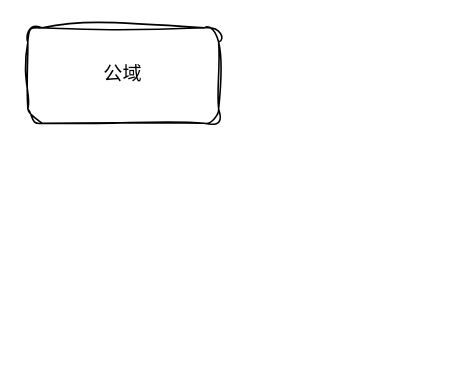
Before: 游戏内容管线.drawio in skindhu/9GAG, a draw.io diagram. Source tidied: cells renumbered, new cells numbered last; positions are measured from the earlier drawing's top-left corner, leaving out a move shared by most shapes. Both pictures are drawn from the tidied source at 159%, with x=0, y=0 at pixel (27, 27).
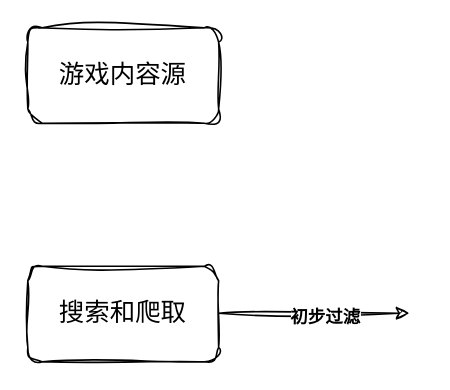
After the change.

Commit message (it also covers changes not shown here):
更新游戏内容管线.drawio

Diff of the diagram source:
```diff
@@
 <mxGraphModel>
   <root>
     <mxCell id="0" />
     <mxCell id="1" parent="0" />
-    <mxCell id="2" value="公域" style="rounded=1;whiteSpace=wrap;html=1;sketch=1;hachureGap=4;jiggle=2;curveFitting=1;fontFamily=Architects Daughter;" parent="1" vertex="1">
+    <mxCell id="2" value="&lt;font style=&quot;font-size: 16px;&quot;&gt;游戏内容源&lt;/font&gt;" style="rounded=1;whiteSpace=wrap;html=1;sketch=1;hachureGap=4;jiggle=2;curveFitting=1;fontFamily=Architects Daughter;" parent="1" vertex="1">
       <mxGeometry width="120" height="60" as="geometry" />
     </mxCell>
+    <mxCell id="3" value="&lt;font style=&quot;font-size: 16px;&quot;&gt;搜索和爬取&lt;/font&gt;" style="rounded=1;whiteSpace=wrap;html=1;sketch=1;hachureGap=4;jiggle=2;curveFitting=1;fontFamily=Architects Daughter;" parent="1" vertex="1">
+      <mxGeometry y="150" width="120" height="60" as="geometry" />
+    </mxCell>
+    <mxCell id="4" style="endArrow=classic;html=1;rounded=0;sketch=1;hachureGap=4;jiggle=2;curveFitting=1;fontFamily=Architects Daughter;" parent="1" edge="1">
+      <mxGeometry relative="1" as="geometry">
+        <mxPoint x="120" y="179.5" as="sourcePoint" />
+        <mxPoint x="240" y="179.5" as="targetPoint" />
+      </mxGeometry>
+    </mxCell>
+    <mxCell id="5" value="&lt;b&gt;初步过滤&lt;/b&gt;" style="edgeLabel;html=1;align=center;verticalAlign=middle;sketch=1;hachureGap=4;jiggle=2;curveFitting=1;fontFamily=Architects Daughter;" parent="4" vertex="1">
+      <mxGeometry x="0.1" y="-1" relative="1" as="geometry">
+        <mxPoint y="1" as="offset" />
+      </mxGeometry>
+    </mxCell>
   </root>
 </mxGraphModel>
```
